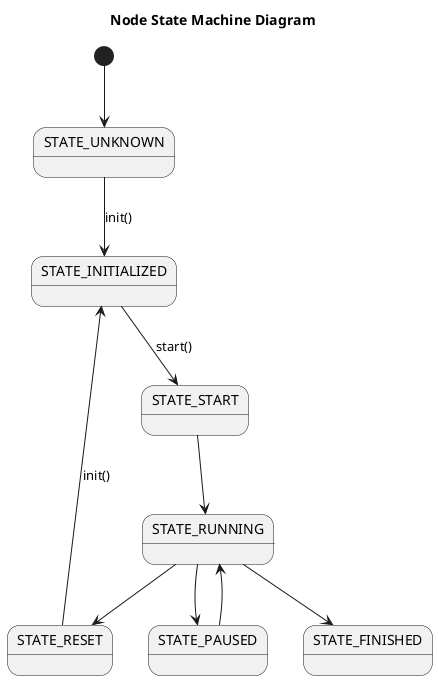
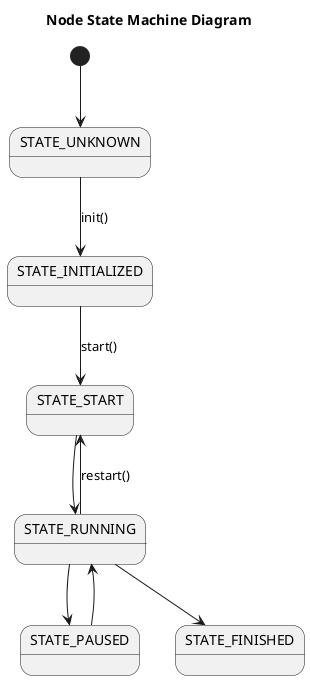
@startuml
title Node State Machine Diagram
[*] --> STATE_UNKNOWN
STATE_UNKNOWN --> STATE_INITIALIZED: init()
STATE_INITIALIZED --> STATE_START: start()
STATE_START --> STATE_RUNNING
STATE_RUNNING --> STATE_PAUSED
STATE_PAUSED --> STATE_RUNNING
- STATE_RUNNING --> STATE_RESET
- STATE_RESET --> STATE_INITIALIZED: init()
+ STATE_RUNNING --> STATE_START: restart()
STATE_RUNNING --> STATE_FINISHED
@enduml